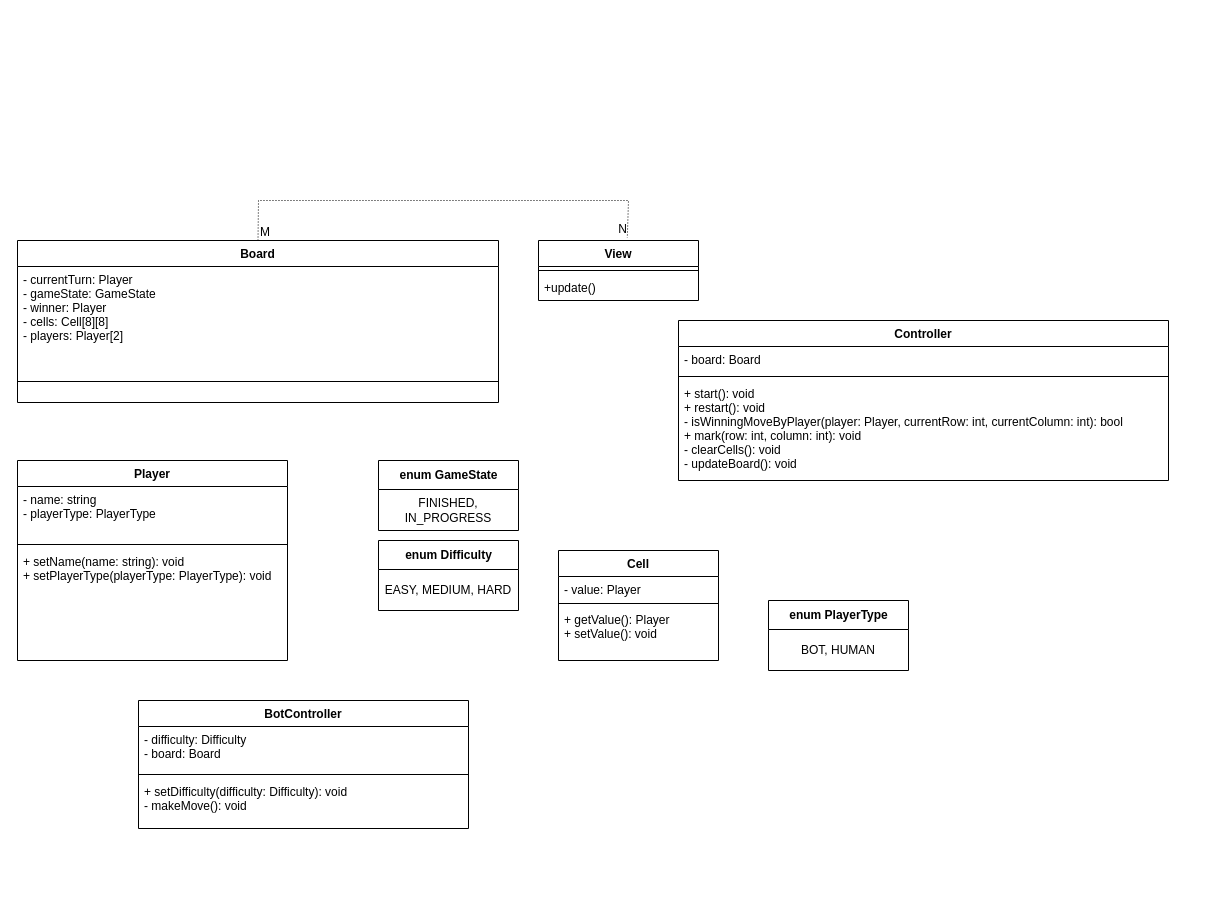
skrinker/kotless keeps this draw.io diagram as Untitled Diagram.drawio. Above is the earlier version. Source tidied: cells renumbered, new cells numbered last; positions are measured from the earlier drawing's top-left corner, leaving out a move shared by most shapes. Both pictures are drawn from the tidied source at 100%, with x=0, y=0 at pixel (17, 200).
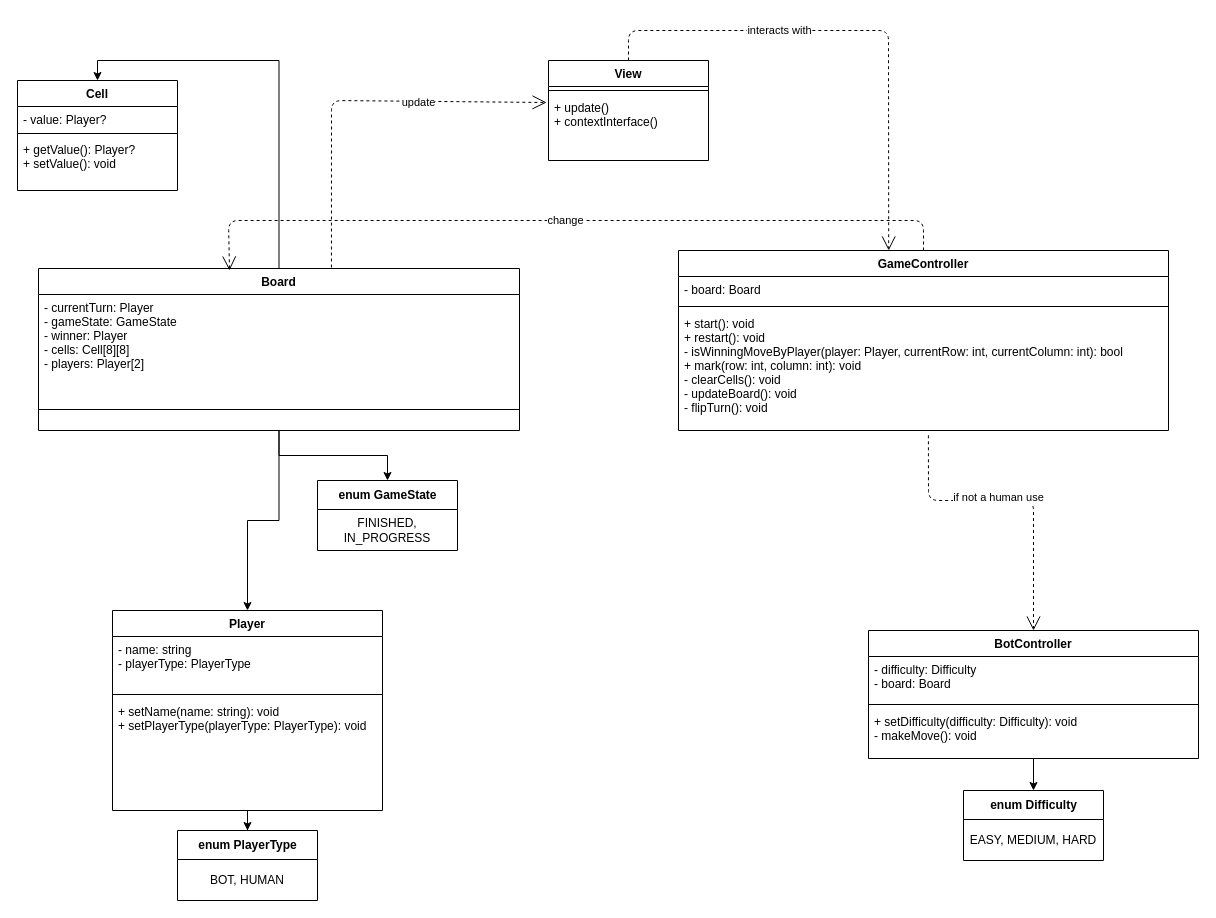
The same diagram, later.

The edit, as a diff of the source:
```diff
@@
+    <mxCell id="33" style="edgeStyle=orthogonalEdgeStyle;rounded=0;jettySize=auto;html=1;" parent="1" edge="1" source="2" target="24">
+      <mxGeometry relative="1" as="geometry" />
+    </mxCell>
     <mxCell id="2" value="Player" style="swimlane;fontStyle=1;align=center;verticalAlign=top;horizontal=1;startSize=26;" parent="1" vertex="1">
-      <mxGeometry y="260" width="270" height="200" as="geometry" />
+      <mxGeometry x="95" y="410" width="270" height="200" as="geometry" />
     </mxCell>
@@
     <mxCell id="6" value="View" style="swimlane;fontStyle=1;align=center;verticalAlign=top;horizontal=1;startSize=26;" parent="1" vertex="1">
-      <mxGeometry x="521" y="40" width="160" height="60" as="geometry" />
+      <mxGeometry x="531" y="-140" width="160" height="100" as="geometry" />
     </mxCell>
@@
-    <mxCell id="8" value="+update()" style="text;strokeColor=none;fillColor=none;align=left;verticalAlign=top;spacingLeft=4;spacingRight=4;overflow=hidden;points=[[0,0.5],[1,0.5]];portConstraint=eastwest;" parent="6" vertex="1">
-      <mxGeometry y="34" width="160" height="26" as="geometry" />
+    <mxCell id="8" value="+ update()&#10;+ contextInterface()" style="text;strokeColor=none;fillColor=none;align=left;verticalAlign=top;spacingLeft=4;spacingRight=4;overflow=hidden;points=[[0,0.5],[1,0.5]];portConstraint=eastwest;" parent="6" vertex="1">
+      <mxGeometry y="34" width="160" height="66" as="geometry" />
     </mxCell>
+    <mxCell id="34" style="edgeStyle=orthogonalEdgeStyle;rounded=0;jettySize=auto;html=1;entryX=0.5;entryY=0;entryDx=0;entryDy=0;" parent="1" edge="1" source="9" target="12">
+      <mxGeometry relative="1" as="geometry" />
+    </mxCell>
+    <mxCell id="35" style="edgeStyle=orthogonalEdgeStyle;rounded=0;jettySize=auto;html=1;exitX=0.5;exitY=1;exitDx=0;exitDy=0;" parent="1" edge="1" source="9" target="2">
+      <mxGeometry relative="1" as="geometry" />
+    </mxCell>
+    <mxCell id="36" style="edgeStyle=orthogonalEdgeStyle;rounded=0;jettySize=auto;html=1;entryX=0.5;entryY=0;entryDx=0;entryDy=0;" parent="1" edge="1" source="9" target="16">
+      <mxGeometry relative="1" as="geometry" />
+    </mxCell>
     <mxCell id="9" value="Board" style="swimlane;fontStyle=1;align=center;verticalAlign=top;horizontal=1;startSize=26;" parent="1" vertex="1">
-      <mxGeometry y="40" width="481" height="162" as="geometry" />
+      <mxGeometry x="21" y="68" width="481" height="162" as="geometry" />
     </mxCell>
@@
     <mxCell id="12" value="Cell" style="swimlane;fontStyle=1;align=center;verticalAlign=top;horizontal=1;startSize=26;" parent="1" vertex="1">
-      <mxGeometry x="541" y="350" width="160" height="110" as="geometry" />
+      <mxGeometry y="-120" width="160" height="110" as="geometry" />
     </mxCell>
-    <mxCell id="13" value="- value: Player" style="text;strokeColor=none;fillColor=none;align=left;verticalAlign=top;spacingLeft=4;spacingRight=4;overflow=hidden;" parent="12" vertex="1">
+    <mxCell id="13" value="- value: Player?" style="text;strokeColor=none;fillColor=none;align=left;verticalAlign=top;spacingLeft=4;spacingRight=4;overflow=hidden;" parent="12" vertex="1">
       <mxGeometry y="26" width="160" height="24" as="geometry" />
     </mxCell>
@@
-    <mxCell id="15" value="+ getValue(): Player&#10;+ setValue(): void" style="text;strokeColor=none;fillColor=none;align=left;verticalAlign=top;spacingLeft=4;spacingRight=4;overflow=hidden;" parent="12" vertex="1">
+    <mxCell id="15" value="+ getValue(): Player?&#10;+ setValue(): void" style="text;strokeColor=none;fillColor=none;align=left;verticalAlign=top;spacingLeft=4;spacingRight=4;overflow=hidden;" parent="12" vertex="1">
       <mxGeometry y="56" width="160" height="54" as="geometry" />
     </mxCell>
     <mxCell id="16" value="enum GameState" style="swimlane;fontStyle=1;align=center;verticalAlign=middle;horizontal=1;startSize=29;html=1;" parent="1" vertex="1">
-      <mxGeometry x="361" y="260" width="140" height="70" as="geometry" />
+      <mxGeometry x="300" y="280" width="140" height="70" as="geometry" />
     </mxCell>
@@
-    <mxCell id="18" value="Controller" style="swimlane;fontStyle=1;align=center;verticalAlign=top;horizontal=1;startSize=26;" parent="1" vertex="1">
-      <mxGeometry x="661" y="120" width="490" height="160" as="geometry" />
+    <mxCell id="18" value="GameController" style="swimlane;fontStyle=1;align=center;verticalAlign=top;horizontal=1;startSize=26;" parent="1" vertex="1">
+      <mxGeometry x="661" y="50" width="490" height="180" as="geometry" />
     </mxCell>
@@
-    <mxCell id="21" value="+ start(): void&#10;+ restart(): void&#10;- isWinningMoveByPlayer(player: Player, currentRow: int, currentColumn: int): bool&#10;+ mark(row: int, column: int): void&#10;- clearCells(): void&#10;- updateBoard(): void" style="text;strokeColor=none;fillColor=none;align=left;verticalAlign=top;spacingLeft=4;spacingRight=4;overflow=hidden;points=[[0,0.5],[1,0.5]];portConstraint=eastwest;" parent="18" vertex="1">
-      <mxGeometry y="60" width="490" height="100" as="geometry" />
+    <mxCell id="21" value="+ start(): void&#10;+ restart(): void&#10;- isWinningMoveByPlayer(player: Player, currentRow: int, currentColumn: int): bool&#10;+ mark(row: int, column: int): void&#10;- clearCells(): void&#10;- updateBoard(): void&#10;- flipTurn(): void" style="text;strokeColor=none;fillColor=none;align=left;verticalAlign=top;spacingLeft=4;spacingRight=4;overflow=hidden;points=[[0,0.5],[1,0.5]];portConstraint=eastwest;" parent="18" vertex="1">
+      <mxGeometry y="60" width="490" height="120" as="geometry" />
     </mxCell>
     <mxCell id="22" value="enum Difficulty" style="swimlane;fontStyle=1;align=center;verticalAlign=middle;horizontal=1;startSize=29;html=1;" parent="1" vertex="1">
-      <mxGeometry x="361" y="340" width="140" height="70" as="geometry" />
+      <mxGeometry x="946" y="590" width="140" height="70" as="geometry" />
     </mxCell>
@@
     <mxCell id="24" value="enum PlayerType" style="swimlane;fontStyle=1;align=center;verticalAlign=middle;horizontal=1;startSize=29;html=1;" parent="1" vertex="1">
-      <mxGeometry x="751" y="400" width="140" height="70" as="geometry" />
+      <mxGeometry x="160" y="630" width="140" height="70" as="geometry" />
     </mxCell>
@@
+    <mxCell id="37" style="edgeStyle=orthogonalEdgeStyle;rounded=0;jettySize=auto;html=1;" parent="1" edge="1" source="26" target="22">
+      <mxGeometry relative="1" as="geometry" />
+    </mxCell>
     <mxCell id="26" value="BotController" style="swimlane;fontStyle=1;align=center;verticalAlign=top;horizontal=1;startSize=26;" parent="1" vertex="1">
-      <mxGeometry x="121" y="500" width="330" height="128" as="geometry" />
+      <mxGeometry x="851" y="430" width="330" height="128" as="geometry" />
     </mxCell>
@@
-    <mxCell id="30" style="endArrow=none;html=1;rounded=0;dashed=1;dashPattern=1 2;exitX=0.5;exitY=0;exitDx=0;exitDy=0;entryX=0.555;entryY=-0.045;entryDx=0;entryDy=0;entryPerimeter=0;" parent="1" edge="1" source="9" target="6">
-      <mxGeometry relative="1" as="geometry">
-        <Array as="points">
-          <mxPoint x="241" />
-          <mxPoint x="611" />
-        </Array>
-      </mxGeometry>
-    </mxCell>
-    <mxCell id="31" value="M" style="html=1;align=left;verticalAlign=bottom;" parent="30" vertex="1">
-      <mxGeometry x="-1" relative="1" as="geometry" />
-    </mxCell>
-    <mxCell id="32" value="N" style="html=1;align=right;verticalAlign=bottom;" parent="30" vertex="1">
-      <mxGeometry x="1" relative="1" as="geometry" />
-    </mxCell>
+    <mxCell id="38" value="if not a human use" style="endArrow=open;endSize=12;dashed=1;html=1;exitX=0.51;exitY=1.04;exitDx=0;exitDy=0;exitPerimeter=0;entryX=0.5;entryY=0;entryDx=0;entryDy=0;" parent="1" edge="1" source="21" target="26">
+      <mxGeometry x="-0.1" y="3" relative="1" as="geometry">
+        <Array as="points">
+          <mxPoint x="911" y="300" />
+          <mxPoint x="1016" y="300" />
+        </Array>
+      </mxGeometry>
+    </mxCell>
+    <mxCell id="39" value="interacts with" style="endArrow=open;endSize=12;dashed=1;html=1;exitX=0.5;exitY=0;exitDx=0;exitDy=0;entryX=0.429;entryY=0;entryDx=0;entryDy=0;entryPerimeter=0;" parent="1" edge="1" source="6" target="18">
+      <mxGeometry x="-0.29" relative="1" as="geometry">
+        <Array as="points">
+          <mxPoint x="611" y="-170" />
+          <mxPoint x="871" y="-170" />
+        </Array>
+      </mxGeometry>
+    </mxCell>
+    <mxCell id="40" value="change" style="endArrow=open;endSize=12;dashed=1;html=1;exitX=0.5;exitY=0;exitDx=0;exitDy=0;" parent="1" edge="1" source="18">
+      <mxGeometry relative="1" as="geometry">
+        <mxPoint x="212" y="70" as="targetPoint" />
+        <Array as="points">
+          <mxPoint x="906" y="20" />
+          <mxPoint x="211" y="20" />
+        </Array>
+      </mxGeometry>
+    </mxCell>
+    <mxCell id="41" value="update" style="endArrow=open;endSize=12;dashed=1;html=1;exitX=0.609;exitY=-0.006;exitDx=0;exitDy=0;exitPerimeter=0;entryX=-0.012;entryY=0.121;entryDx=0;entryDy=0;entryPerimeter=0;" parent="1" edge="1" source="9" target="8">
+      <mxGeometry x="0.33" y="-1" relative="1" as="geometry">
+        <Array as="points">
+          <mxPoint x="314" y="-100" />
+        </Array>
+      </mxGeometry>
+    </mxCell>
```
